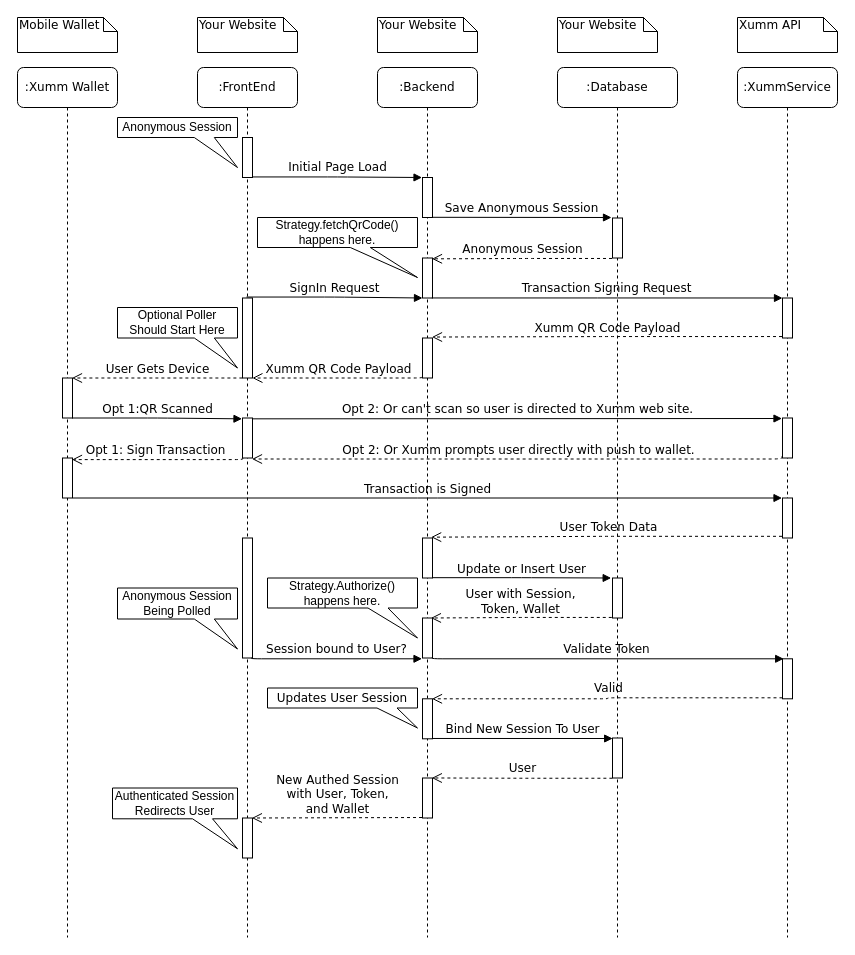
jfgrissom/passport-xumm keeps this draw.io diagram as docs/E2E-Sequence.drawio. Above is the earlier version. Source tidied: cells renumbered, new cells numbered last; positions are measured from the earlier drawing's top-left corner, leaving out a move shared by most shapes. Both pictures are drawn from the tidied source at 100%, with x=0, y=0 at pixel (17, 17).
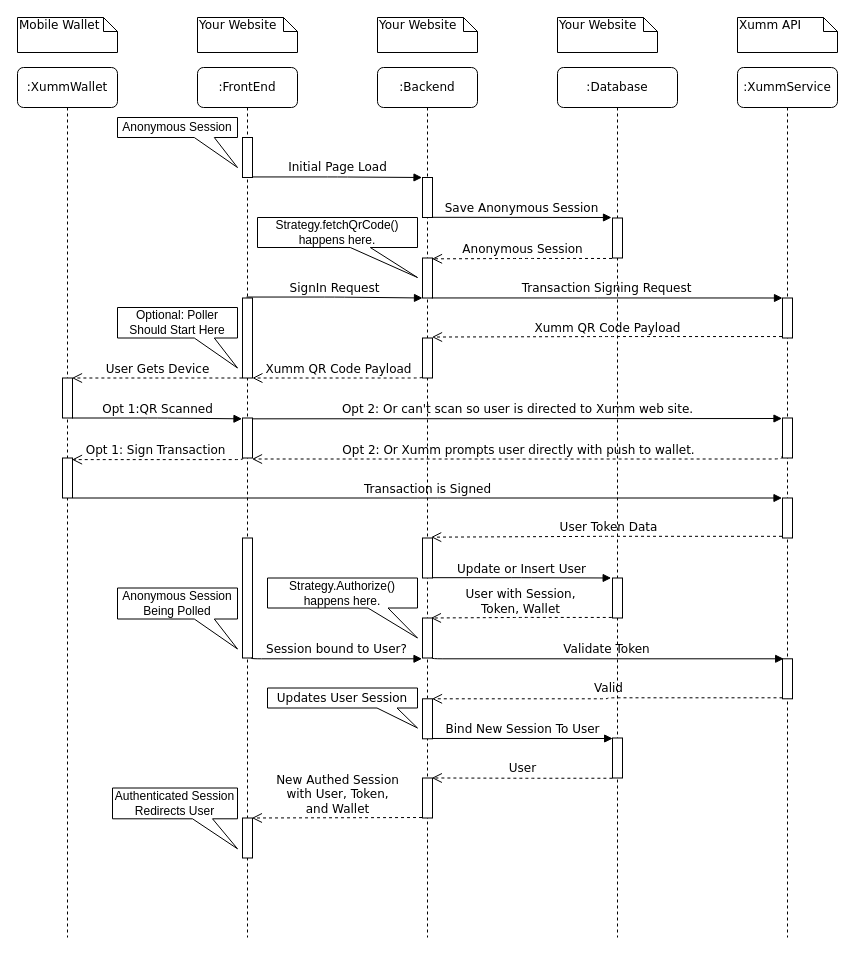
The same page after the edit.

Commit message (it also covers changes not shown here):
Added ERD. Implementing validate() into examples.

What changed in the source:
```diff
@@
-    <mxCell id="31" value=":Xumm Wallet" style="shape=umlLifeline;perimeter=lifelinePerimeter;whiteSpace=wrap;html=1;rounded=1;shadow=0;comic=0;labelBackgroundColor=none;strokeWidth=1;fontFamily=Verdana;fontSize=12;align=center;" parent="1" vertex="1">
+    <mxCell id="31" value=":XummWallet" style="shape=umlLifeline;perimeter=lifelinePerimeter;whiteSpace=wrap;html=1;rounded=1;shadow=0;comic=0;labelBackgroundColor=none;strokeWidth=1;fontFamily=Verdana;fontSize=12;align=center;" parent="1" vertex="1">
       <mxGeometry y="50" width="100" height="870" as="geometry" />
     </mxCell>
@@
-    <mxCell id="56" value="Optional Poller Should Start Here" style="shape=callout;whiteSpace=wrap;html=1;perimeter=calloutPerimeter;position2=1;size=30;position=0.64;base=20;" parent="1" vertex="1">
+    <mxCell id="56" value="Optional: Poller Should Start Here" style="shape=callout;whiteSpace=wrap;html=1;perimeter=calloutPerimeter;position2=1;size=30;position=0.64;base=20;" parent="1" vertex="1">
       <mxGeometry x="100" y="290" width="120" height="60.5" as="geometry" />
     </mxCell>
```
